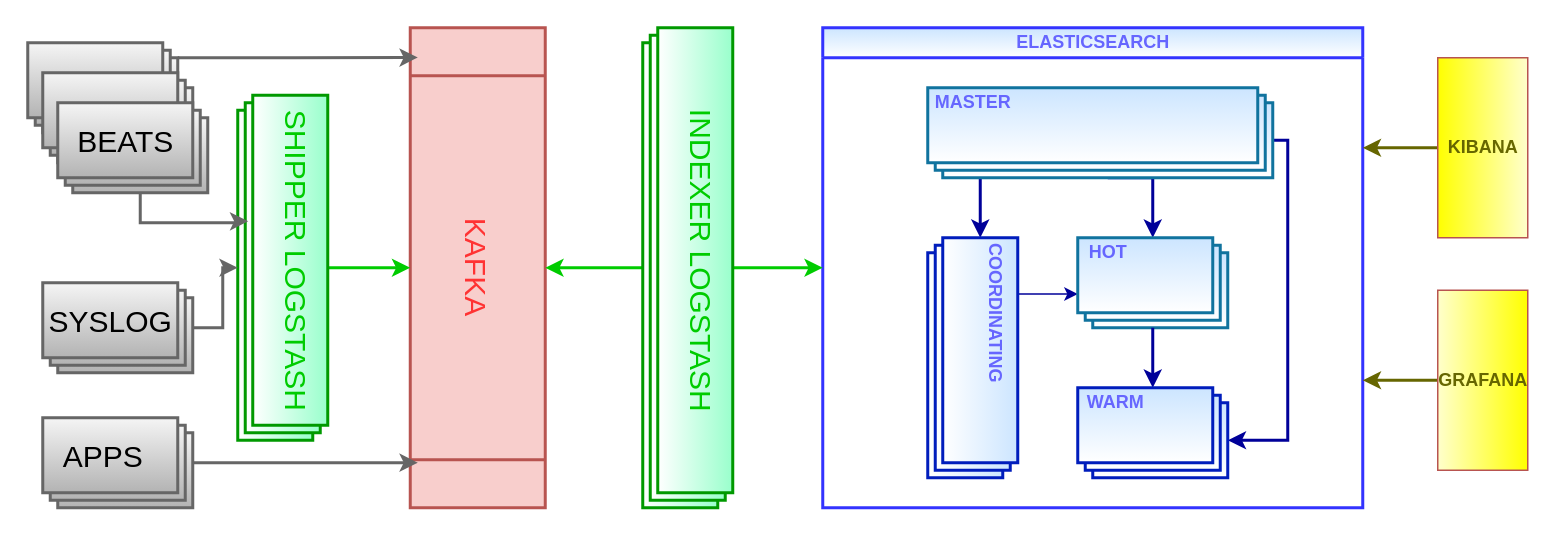
Above: ELK with Kafka.drawio in iatalay/drawio-diagrams (draw.io), before the change. Source tidied: cells renumbered, new cells numbered last; positions are measured from the earlier drawing's top-left corner, leaving out a move shared by most shapes. Both pictures are drawn from the tidied source at 150%, with x=0, y=0 at pixel (27, 27).
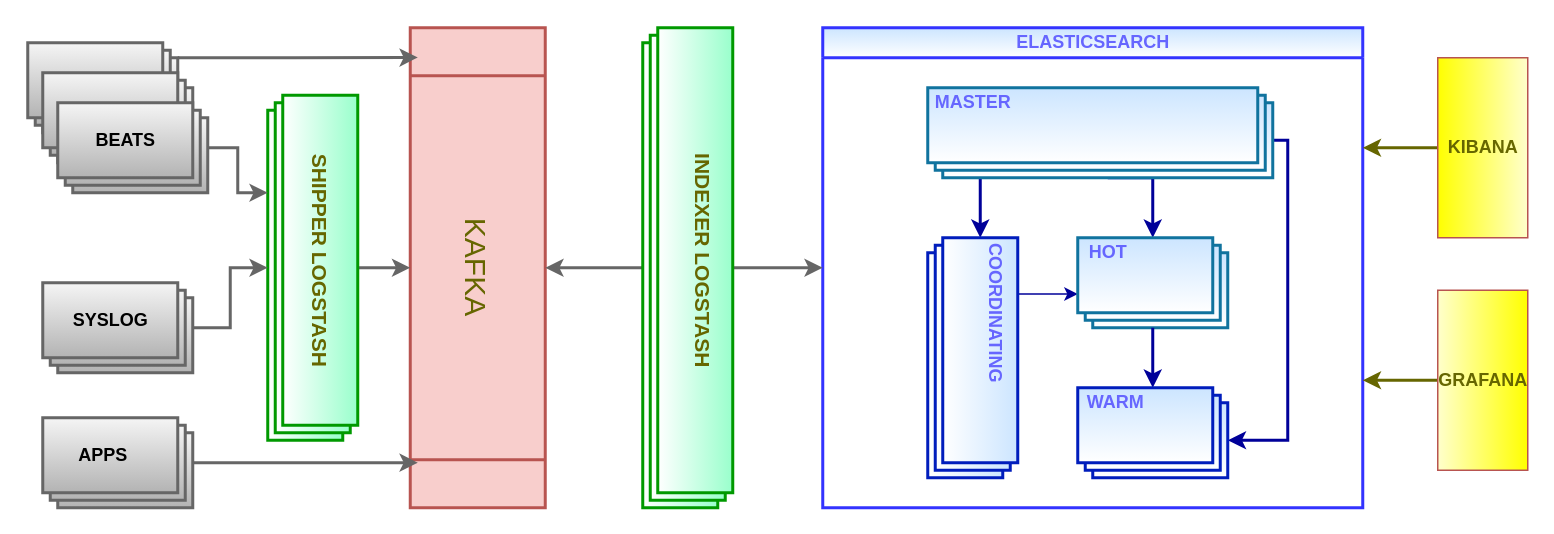
The same page after the edit.

The change refers to these unchanged cells:
```xml
<mxCell id="3" value="ELASTICSEARCH" style="swimlane;html=1;startSize=20;horizontal=1;containerType=tree;labelBackgroundColor=none;fillColor=#cce5ff;rounded=0;shadow=0;sketch=0;gradientColor=#ffffff;swimlaneFillColor=none;strokeColor=#3333FF;strokeWidth=2;fontColor=#6666FF;" parent="1" vertex="1">
  <mxGeometry x="530" width="360" height="320" as="geometry" />
</mxCell>
<mxCell id="23" style="verticalLabelPosition=bottom;verticalAlign=top;html=1;shape=mxgraph.basic.layered_rect;dx=10;outlineConnect=0;labelBackgroundColor=none;fontColor=#ffffff;labelBorderColor=none;direction=south;strokeWidth=2;gradientColor=#ffffff;fillColor=#99FFCC;strokeColor=#009900;" parent="1" vertex="1">
  <mxGeometry x="410" width="60" height="320" as="geometry" />
</mxCell>
<mxCell id="37" style="verticalLabelPosition=bottom;verticalAlign=top;html=1;shape=mxgraph.basic.layered_rect;dx=10;outlineConnect=0;rounded=0;shadow=0;labelBackgroundColor=none;sketch=0;strokeColor=#666666;strokeWidth=2;fillColor=#f5f5f5;gradientColor=#b3b3b3;fontSize=20;" parent="1" vertex="1">
  <mxGeometry x="20" y="50" width="100" height="60" as="geometry" />
</mxCell>
```

Change to the diagram source:
```diff
@@
-    <mxCell id="2" value="&lt;span style=&quot;font-size: 20px;&quot;&gt;KAFKA&lt;/span&gt;" style="shape=process;whiteSpace=wrap;html=1;backgroundOutline=1;direction=west;verticalAlign=middle;fontStyle=0;labelBackgroundColor=none;labelBorderColor=none;fillColor=#f8cecc;strokeColor=#b85450;fontColor=#FF3333;rotation=90;flipV=1;flipH=0;fontSize=20;strokeWidth=2;labelPosition=center;verticalLabelPosition=middle;align=center;" parent="1" vertex="1">
+    <mxCell id="2" value="&lt;span style=&quot;font-size: 20px;&quot;&gt;KAFKA&lt;/span&gt;" style="shape=process;whiteSpace=wrap;html=1;backgroundOutline=1;direction=west;verticalAlign=middle;fontStyle=0;labelBackgroundColor=none;labelBorderColor=none;fillColor=#f8cecc;strokeColor=#b85450;rotation=90;flipV=1;flipH=0;fontSize=20;strokeWidth=2;labelPosition=center;verticalLabelPosition=middle;align=center;fontColor=#666600;" parent="1" vertex="1">
       <mxGeometry x="140" y="115" width="320" height="90" as="geometry" />
     </mxCell>
@@
-    <mxCell id="21" style="edgeStyle=orthogonalEdgeStyle;rounded=0;jettySize=auto;html=1;entryX=0.5;entryY=1;entryDx=0;entryDy=0;strokeColor=#00CC00;strokeWidth=2;fontSize=20;fontColor=#00CC00;" parent="1" edge="1" source="23" target="2">
+    <mxCell id="21" style="edgeStyle=orthogonalEdgeStyle;rounded=0;jettySize=auto;html=1;entryX=0.5;entryY=1;entryDx=0;entryDy=0;strokeColor=#666666;strokeWidth=2;fontSize=20;fontColor=#00CC00;fillColor=#f5f5f5;" parent="1" edge="1" source="23" target="2">
       <mxGeometry relative="1" as="geometry" />
     </mxCell>
-    <mxCell id="22" style="edgeStyle=orthogonalEdgeStyle;rounded=0;jettySize=auto;html=1;entryX=0;entryY=0.5;entryDx=0;entryDy=0;strokeColor=#00CC00;strokeWidth=2;fontSize=20;fontColor=#00CC00;" parent="1" edge="1" source="23" target="3">
+    <mxCell id="22" style="edgeStyle=orthogonalEdgeStyle;rounded=0;jettySize=auto;html=1;entryX=0;entryY=0.5;entryDx=0;entryDy=0;strokeColor=#666666;strokeWidth=2;fontSize=20;fontColor=#00CC00;fillColor=#f5f5f5;" parent="1" edge="1" source="23" target="3">
       <mxGeometry relative="1" as="geometry" />
     </mxCell>
@@
-    <mxCell id="24" style="edgeStyle=orthogonalEdgeStyle;rounded=0;jettySize=auto;html=1;entryX=0.5;entryY=0;entryDx=0;entryDy=0;strokeColor=#00CC00;strokeWidth=2;fontSize=20;fontColor=#00CC00;" parent="1" edge="1" source="25" target="2">
+    <mxCell id="24" style="edgeStyle=orthogonalEdgeStyle;rounded=0;jettySize=auto;html=1;entryX=0.5;entryY=0;entryDx=0;entryDy=0;strokeColor=#666666;strokeWidth=2;fontSize=20;fontColor=#00CC00;fillColor=#f5f5f5;" parent="1" edge="1" source="25" target="2">
       <mxGeometry relative="1" as="geometry" />
     </mxCell>
     <mxCell id="25" style="verticalLabelPosition=bottom;verticalAlign=top;html=1;shape=mxgraph.basic.layered_rect;dx=10;outlineConnect=0;labelBackgroundColor=none;fontColor=#ffffff;labelBorderColor=none;direction=south;strokeWidth=2;gradientColor=#ffffff;fillColor=#99FFCC;strokeColor=#009900;" parent="1" vertex="1">
-      <mxGeometry x="140" y="45" width="60" height="230" as="geometry" />
+      <mxGeometry x="160" y="45" width="60" height="230" as="geometry" />
     </mxCell>
-    <mxCell id="26" value="SHIPPER LOGSTASH" style="text;html=1;align=center;verticalAlign=middle;fontSize=20;fontColor=#00CC00;rotation=90;" parent="1" vertex="1">
-      <mxGeometry x="70" y="140" width="220" height="30" as="geometry" />
+    <mxCell id="26" value="SHIPPER LOGSTASH" style="text;html=1;align=center;verticalAlign=middle;fontSize=14;rotation=90;fontColor=#666600;fontStyle=1;" parent="1" vertex="1">
+      <mxGeometry x="115" y="145" width="160" height="20" as="geometry" />
     </mxCell>
-    <mxCell id="27" value="INDEXER LOGSTASH" style="text;html=1;align=center;verticalAlign=middle;fontSize=20;fontColor=#00CC00;rotation=90;" parent="1" vertex="1">
-      <mxGeometry x="340" y="140" width="220" height="30" as="geometry" />
+    <mxCell id="27" value="INDEXER LOGSTASH" style="text;html=1;align=center;verticalAlign=middle;fontSize=14;rotation=90;fontColor=#666600;fontStyle=1;" parent="1" vertex="1">
+      <mxGeometry x="370" y="145" width="160" height="20" as="geometry" />
     </mxCell>
@@
-    <mxCell id="30" value="APPS" style="text;html=1;align=center;verticalAlign=middle;fontSize=20;" parent="1" vertex="1">
-      <mxGeometry x="15" y="270" width="70" height="30" as="geometry" />
+    <mxCell id="30" value="APPS" style="text;html=1;align=center;verticalAlign=middle;fontSize=12;fontStyle=1;" parent="1" vertex="1">
+      <mxGeometry x="25" y="275" width="50" height="20" as="geometry" />
     </mxCell>
@@
-    <mxCell id="36" style="edgeStyle=orthogonalEdgeStyle;rounded=0;jettySize=auto;html=1;exitX=0;exitY=0;exitDx=55;exitDy=60;exitPerimeter=0;entryX=0.365;entryY=0.883;entryDx=0;entryDy=0;entryPerimeter=0;strokeColor=#666666;strokeWidth=2;fontSize=20;fontColor=#000000;gradientColor=#b3b3b3;fillColor=#f5f5f5;" parent="1" edge="1" source="37" target="25">
+    <mxCell id="36" style="edgeStyle=orthogonalEdgeStyle;rounded=0;jettySize=auto;html=1;entryX=0;entryY=0;entryDx=65;entryDy=60;entryPerimeter=0;fontColor=#666600;fillColor=#f5f5f5;strokeColor=#666666;strokeWidth=2;" parent="1" edge="1" source="37" target="25">
       <mxGeometry relative="1" as="geometry" />
     </mxCell>
@@
-    <mxCell id="38" value="SYSLOG" style="text;html=1;align=center;verticalAlign=middle;fontSize=20;" parent="1" vertex="1">
-      <mxGeometry x="5" y="180" width="100" height="30" as="geometry" />
+    <mxCell id="38" value="SYSLOG" style="text;html=1;align=center;verticalAlign=middle;fontSize=12;fontStyle=1;" parent="1" vertex="1">
+      <mxGeometry x="20" y="185" width="70" height="20" as="geometry" />
     </mxCell>
-    <mxCell id="39" value="BEATS" style="text;html=1;align=center;verticalAlign=middle;fontSize=20;" parent="1" vertex="1">
-      <mxGeometry x="25" y="60" width="80" height="30" as="geometry" />
+    <mxCell id="39" value="BEATS" style="text;html=1;align=center;verticalAlign=middle;fontSize=12;fontStyle=1;" parent="1" vertex="1">
+      <mxGeometry x="35" y="65" width="60" height="20" as="geometry" />
     </mxCell>
```
